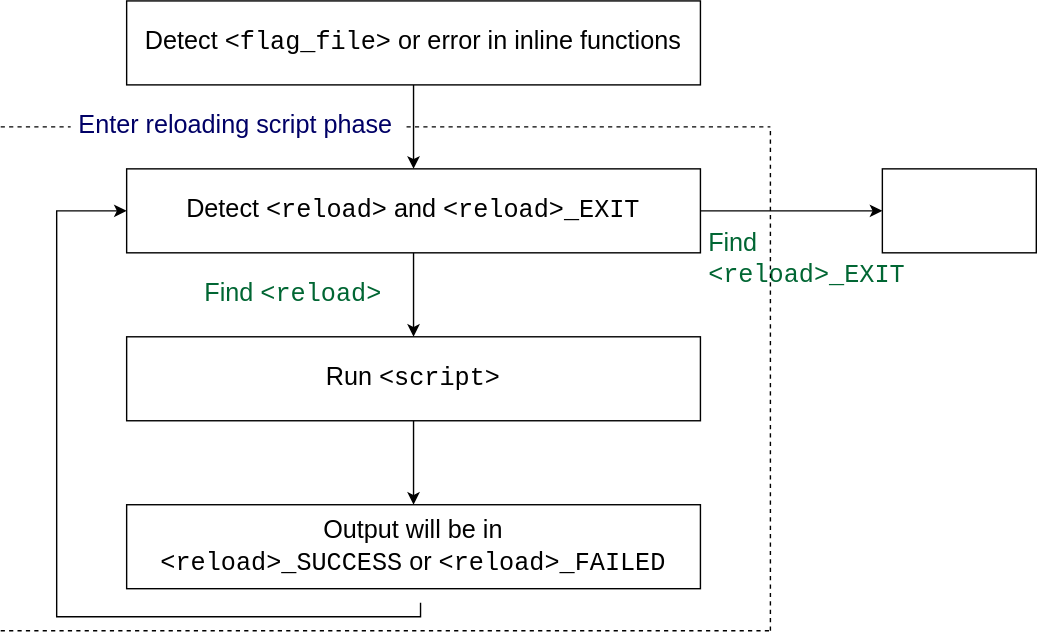
This is doc/_static/svg/ReloadingScript-light.svg from yt-project/libyt, a draw.io export, as it was before one commit. Source tidied: cells renumbered, new cells last; positions are measured from the earlier drawing's top-left corner, leaving out a move shared by most shapes.
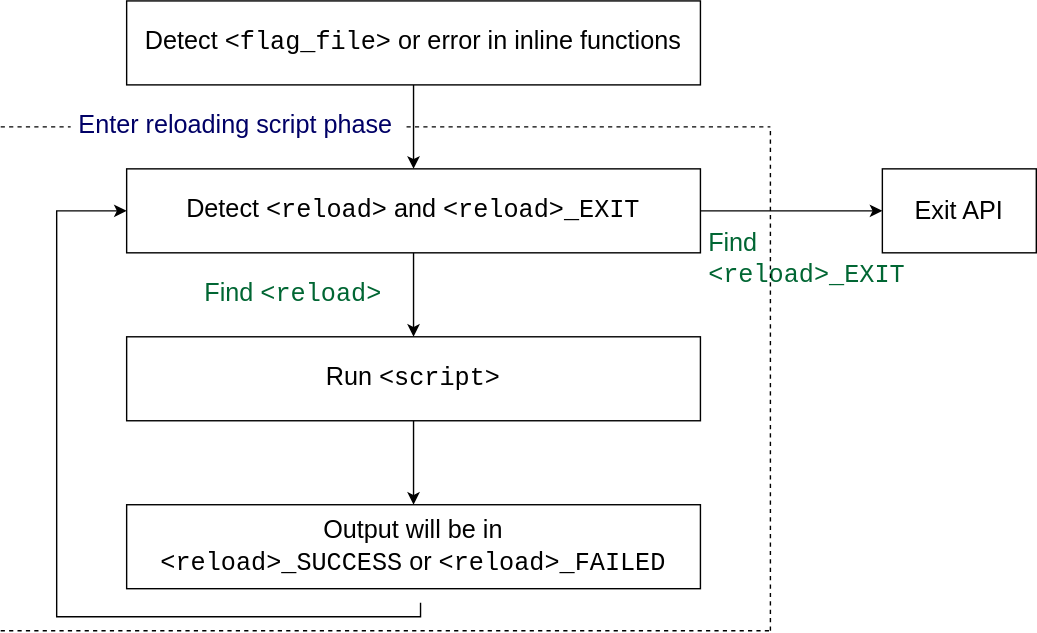
Above is the later version.

Commit message:
Fix reloading script figure in light theme

The edit, as a diff of the source:
```diff
@@ -67,7 +67,7 @@
         <mxPoint x="550" y="90" as="targetPoint" />
       </mxGeometry>
     </mxCell>
-    <mxCell id="18" value="Exit API" style="rounded=0;whiteSpace=wrap;html=1;fontFamily=Helvetica;fontSize=18;fontColor=#FFFFFF;" parent="1" vertex="1">
+    <mxCell id="18" value="Exit API" style="rounded=0;whiteSpace=wrap;html=1;fontFamily=Helvetica;fontSize=18;fontColor=#000000;" parent="1" vertex="1">
       <mxGeometry x="630" y="120" width="110" height="60" as="geometry" />
     </mxCell>
   </root>
```
